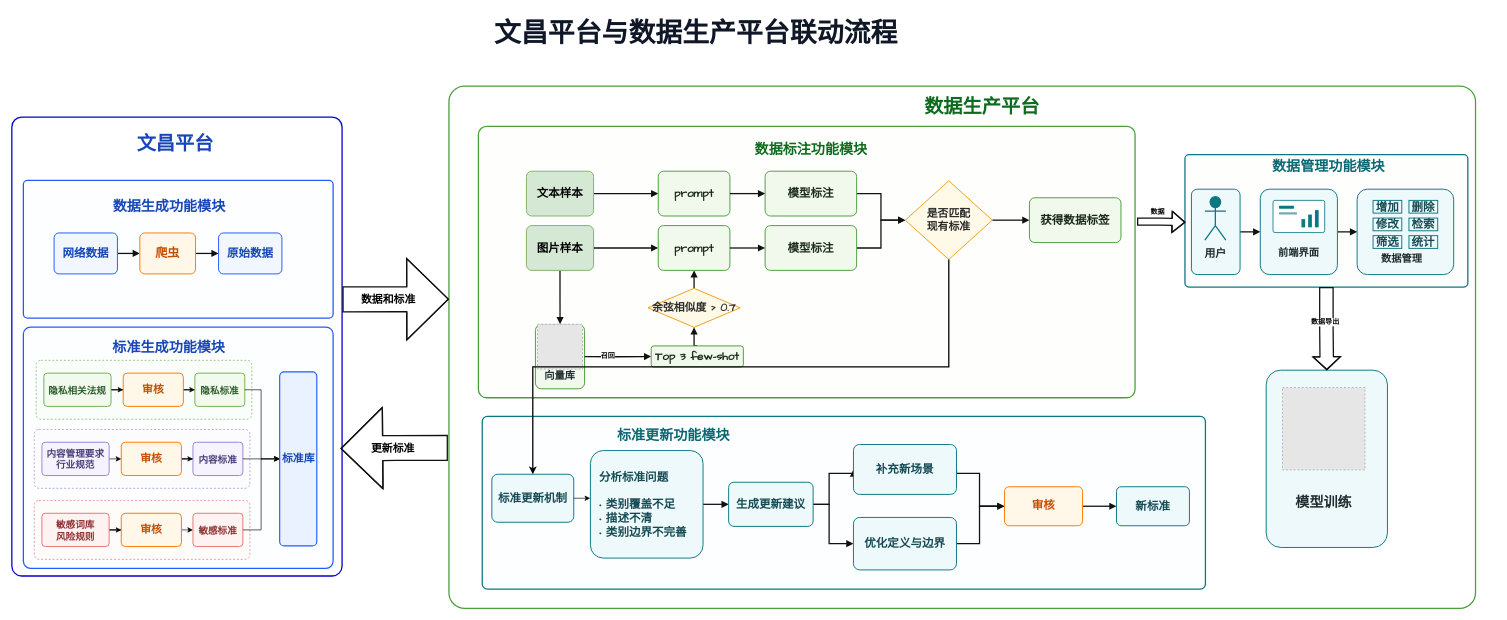
This is 文昌平台与数据生产平台联动流程.drawio from linslime/DrawIO, a draw.io file, before an edit. Source tidied: cells renumbered, new cells numbered last; positions are measured from the earlier drawing's top-left corner, leaving out a move shared by most shapes. Both pictures are drawn from the tidied source at 64%, with x=0, y=0 at pixel (12, 11). Pictures stored in the file or linked from it are replaced by grey dashed boxes.
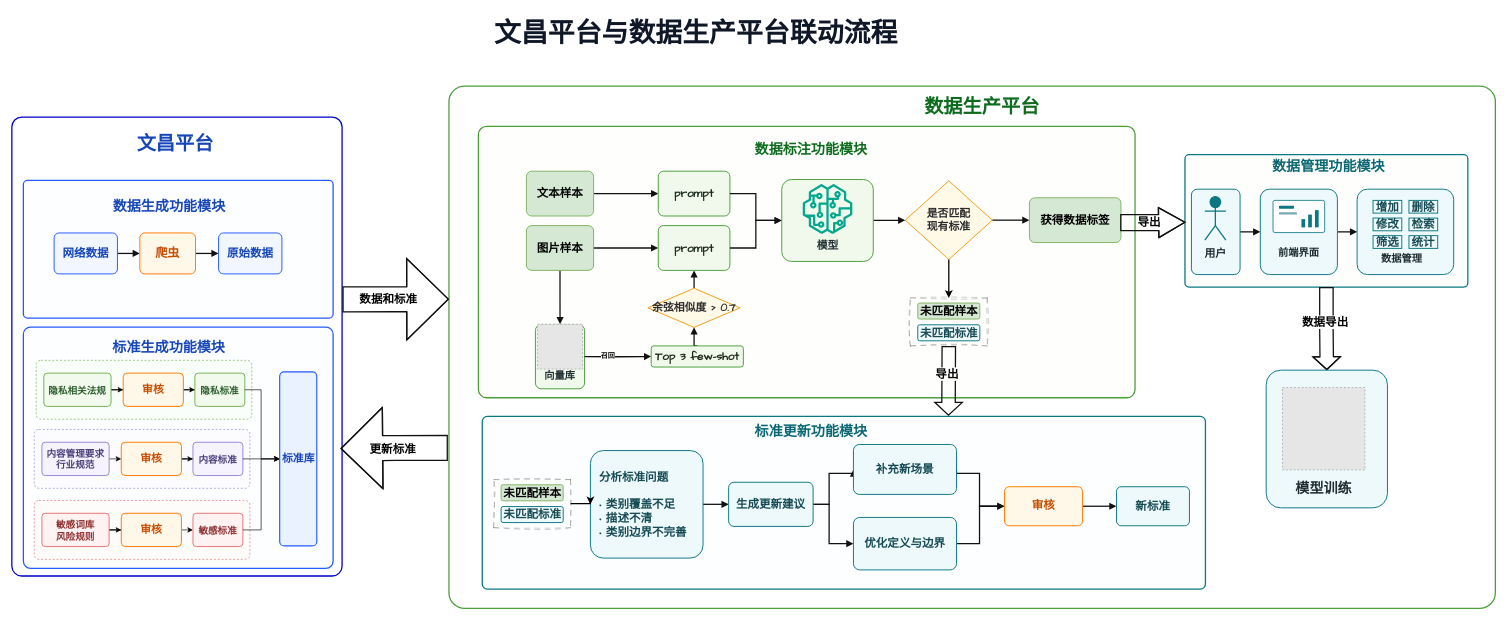
The same diagram, later.

Commit message (it also covers changes not shown here):
更新文昌平台与数据生产平台联动流程.drawio

The change refers to these unchanged cells:
```xml
<mxCell id="7" style="group;" parent="1" vertex="1">
  <mxGeometry x="735" y="633" width="1130" height="270" as="geometry" />
</mxCell>
<mxCell id="17" value="&lt;font style=&quot;font-size: 18px;&quot;&gt;分析标准问题&lt;/font&gt;&lt;div&gt;&lt;font style=&quot;font-size: 18px;&quot;&gt;&lt;br&gt;&lt;/font&gt;&lt;div&gt;&lt;font style=&quot;font-size: 18px;&quot;&gt;• 类别覆盖不足&lt;/font&gt;&lt;/div&gt;&lt;div&gt;&lt;font style=&quot;font-size: 18px;&quot;&gt;• 描述不清&lt;/font&gt;&lt;/div&gt;&lt;div&gt;&lt;font style=&quot;font-size: 18px;&quot;&gt;• 类别边界不完善&lt;/font&gt;&lt;/div&gt;&lt;/div&gt;" style="rounded=1;arcSize=12;whiteSpace=wrap;html=1;align=center;verticalAlign=middle;strokeWidth=1.5;shadow=0;fontFamily=Comic Sans MS;fontSize=16;fontColor=#164B54;strokeColor=#0B7783;fillColor=#EEF9FB;align=left;spacingLeft=12;fontStyle=1;" parent="7" vertex="1">
  <mxGeometry x="169" y="53.5" width="176" height="168" as="geometry" />
</mxCell>
<mxCell id="24" style="group;" parent="1" vertex="1">
  <mxGeometry x="729" y="180" width="1026" height="424" as="geometry" />
</mxCell>
<mxCell id="25" style="rounded=1;arcSize=3;whiteSpace=wrap;html=1;fillColor=none;strokeWidth=2;strokeColor=#4B9E3A;fillColor=#FBFFF9;fillOpacity=30;fontFamily=Comic Sans MS;fontStyle=1;" parent="24" vertex="1">
  <mxGeometry width="1026" height="424" as="geometry" />
</mxCell>
<mxCell id="38" value="prompt" style="rounded=1;arcSize=12;whiteSpace=wrap;html=1;align=center;verticalAlign=middle;strokeWidth=1.5;shadow=0;fontFamily=Comic Sans MS;fontSize=18;fontColor=#1B2A1B;strokeColor=#4B9E3A;fillColor=#F1F9EC;fontStyle=1;" parent="24" vertex="1">
  <mxGeometry x="281" y="155" width="112" height="70" as="geometry" />
</mxCell>
<mxCell id="46" value="prompt" style="rounded=1;arcSize=12;whiteSpace=wrap;html=1;align=center;verticalAlign=middle;strokeWidth=1.5;shadow=0;fontFamily=Comic Sans MS;fontSize=18;fontColor=#1B2A1B;strokeColor=#4B9E3A;fillColor=#F1F9EC;fontStyle=1;" parent="24" vertex="1">
  <mxGeometry x="281" y="70" width="112" height="70" as="geometry" />
</mxCell>
<mxCell id="51" value="是否匹配&lt;div&gt;现有标准&lt;/div&gt;" style="rhombus;whiteSpace=wrap;html=1;align=center;verticalAlign=middle;strokeWidth=1.5;fontFamily=Comic Sans MS;fontSize=17;fontColor=#2B2B2B;strokeColor=#F39C12;fillColor=#FFF9E8;fontStyle=1;" parent="24" vertex="1">
  <mxGeometry x="667" y="85" width="136" height="123" as="geometry" />
</mxCell>
<mxCell id="54" style="rounded=1;arcSize=3;whiteSpace=wrap;html=1;fillColor=#F7FCFD;strokeWidth=2;strokeColor=#0B7783;fillColor=#FBFFF9;fillOpacity=30;align=center;verticalAlign=middle;fontFamily=Comic Sans MS;fontSize=12;fontColor=default;fontStyle=1;" parent="53" vertex="1">
  <mxGeometry y="3.2" width="442" height="206.8" as="geometry" />
</mxCell>
<mxCell id="116" style="shape=flexArrow;endArrow=classic;html=1;rounded=0;strokeColor=#111111;strokeWidth=2;align=center;verticalAlign=middle;fontFamily=Comic Sans MS;fontSize=11;fontColor=default;fontStyle=1;labelBackgroundColor=default;edgeStyle=orthogonalEdgeStyle;exitX=1.001;exitY=0.397;exitDx=0;exitDy=0;exitPerimeter=0;entryX=0;entryY=0.408;entryDx=0;entryDy=0;entryPerimeter=0;width=38;endSize=21;endWidth=86;" parent="1" edge="1" source="82" target="3">
  <mxGeometry relative="1" as="geometry" />
</mxCell>
<mxCell id="118" style="shape=flexArrow;endArrow=classic;html=1;rounded=0;strokeColor=#111111;strokeWidth=2;align=center;verticalAlign=middle;fontFamily=Comic Sans MS;fontSize=11;fontColor=default;fontStyle=1;labelBackgroundColor=default;edgeStyle=orthogonalEdgeStyle;exitX=-0.001;exitY=0.693;exitDx=0;exitDy=0;exitPerimeter=0;entryX=0.995;entryY=0.722;entryDx=0;entryDy=0;entryPerimeter=0;width=38;endSize=21;endWidth=86;" parent="1" edge="1" source="3" target="82">
  <mxGeometry relative="1" as="geometry" />
</mxCell>
```

What changed in the source:
```diff
@@
     <mxCell id="3" style="rounded=1;arcSize=3;whiteSpace=wrap;html=1;fillColor=none;strokeWidth=2;strokeColor=#4B9E3A;fillColor=#FFFFFF;fillOpacity=0;fontFamily=Comic Sans MS;fontStyle=1;" parent="1" vertex="1">
-      <mxGeometry x="683" y="117" width="1604" height="816" as="geometry" />
+      <mxGeometry x="683" y="117" width="1635" height="816" as="geometry" />
     </mxCell>
@@
     <mxCell id="9" value="标准更新功能模块" style="text;html=1;align=center;verticalAlign=middle;whiteSpace=wrap;rounded=0;strokeColor=none;fillColor=none;fontFamily=Comic Sans MS;fontSize=22;fontStyle=1;fontColor=#0B6873;" parent="7" vertex="1">
-      <mxGeometry x="109" y="10" width="380" height="42" as="geometry" />
+      <mxGeometry x="324" y="5" width="380" height="42" as="geometry" />
     </mxCell>
@@
-    <mxCell id="16" value="标准更新机制" style="rounded=1;arcSize=12;whiteSpace=wrap;html=1;align=center;verticalAlign=middle;strokeWidth=1.5;shadow=0;fontFamily=Comic Sans MS;fontSize=18;fontColor=#164B54;strokeColor=#0B7783;fillColor=#EEF9FB;fontStyle=1;" parent="7" vertex="1">
-      <mxGeometry x="15" y="90.5" width="128" height="75" as="geometry" />
-    </mxCell>
@@
-    <mxCell id="23" style="edgeStyle=orthogonalEdgeStyle;rounded=0;jettySize=auto;html=1;exitX=1;exitY=0.5;exitDx=0;exitDy=0;entryX=-0.002;entryY=0.445;entryDx=0;entryDy=0;entryPerimeter=0;fontFamily=Comic Sans MS;fontStyle=1;" parent="7" edge="1" source="16" target="17">
-      <mxGeometry relative="1" as="geometry" />
-    </mxCell>
@@
-    <mxCell id="39" style="edgeStyle=orthogonalEdgeStyle;shape=connector;rounded=0;jettySize=auto;html=1;exitX=1;exitY=0.5;exitDx=0;exitDy=0;entryX=0;entryY=0.5;entryDx=0;entryDy=0;strokeColor=#111111;strokeWidth=2;align=center;verticalAlign=middle;fontFamily=Comic Sans MS;fontSize=11;fontColor=default;fontStyle=1;labelBackgroundColor=default;endArrow=block;endFill=1;" parent="24" edge="1" source="40" target="51">
-      <mxGeometry relative="1" as="geometry" />
-    </mxCell>
-    <mxCell id="40" value="模型标注" style="rounded=1;arcSize=12;whiteSpace=wrap;html=1;align=center;verticalAlign=middle;strokeWidth=1.5;shadow=0;fontFamily=Comic Sans MS;fontSize=18;fontColor=#1B2A1B;strokeColor=#4B9E3A;fillColor=#F1F9EC;fontStyle=1;" parent="24" vertex="1">
-      <mxGeometry x="448" y="155" width="143" height="70" as="geometry" />
-    </mxCell>
-    <mxCell id="41" style="rounded=0;jettySize=auto;html=1;endArrow=block;endFill=1;strokeColor=#111111;strokeWidth=2;exitX=1;exitY=0.5;entryX=0;entryY=0.5;fontFamily=Comic Sans MS;fontStyle=1;align=center;verticalAlign=middle;fontSize=11;fontColor=default;labelBackgroundColor=default;edgeStyle=orthogonalEdgeStyle;" parent="24" edge="1" source="38" target="40">
-      <mxGeometry relative="1" as="geometry" />
-    </mxCell>
@@
-    <mxCell id="47" style="edgeStyle=orthogonalEdgeStyle;shape=connector;rounded=0;jettySize=auto;html=1;exitX=1;exitY=0.5;exitDx=0;exitDy=0;entryX=0;entryY=0.5;entryDx=0;entryDy=0;strokeColor=#111111;strokeWidth=2;align=center;verticalAlign=middle;fontFamily=Comic Sans MS;fontSize=11;fontColor=default;fontStyle=1;labelBackgroundColor=default;endArrow=block;endFill=1;" parent="24" edge="1" source="48" target="51">
-      <mxGeometry relative="1" as="geometry" />
-    </mxCell>
-    <mxCell id="48" value="模型标注" style="rounded=1;arcSize=12;whiteSpace=wrap;html=1;align=center;verticalAlign=middle;strokeWidth=1.5;shadow=0;fontFamily=Comic Sans MS;fontSize=18;fontColor=#1B2A1B;strokeColor=#4B9E3A;fillColor=#F1F9EC;fontStyle=1;" parent="24" vertex="1">
-      <mxGeometry x="448" y="70" width="143" height="70" as="geometry" />
-    </mxCell>
-    <mxCell id="49" style="rounded=0;jettySize=auto;html=1;endArrow=block;endFill=1;strokeColor=#111111;strokeWidth=2;exitX=1;exitY=0.5;entryX=0;entryY=0.5;fontFamily=Comic Sans MS;fontStyle=1;align=center;verticalAlign=middle;fontSize=11;fontColor=default;labelBackgroundColor=default;edgeStyle=orthogonalEdgeStyle;" parent="24" edge="1" source="46" target="48">
-      <mxGeometry relative="1" as="geometry" />
-    </mxCell>
@@
-    <mxCell id="52" value="获得数据标签" style="rounded=1;arcSize=12;whiteSpace=wrap;html=1;align=center;verticalAlign=middle;strokeWidth=1.5;shadow=0;fontFamily=Comic Sans MS;fontSize=18;fontColor=#1B2A1B;strokeColor=#4B9E3A;fillColor=#F1F9EC;fontStyle=1;" parent="24" vertex="1">
+    <mxCell id="52" value="获得数据标签" style="rounded=1;arcSize=12;whiteSpace=wrap;html=1;align=center;verticalAlign=middle;strokeWidth=1.5;shadow=0;fontFamily=Comic Sans MS;fontSize=18;fontColor=default;strokeColor=#82b366;fillColor=#d5e8d4;fontStyle=1;" parent="24" vertex="1">
       <mxGeometry x="861" y="111.5" width="143" height="70" as="geometry" />
     </mxCell>
+    <mxCell id="127" style="edgeStyle=orthogonalEdgeStyle;shape=connector;rounded=0;jettySize=auto;html=1;exitX=0.5;exitY=1;exitDx=0;exitDy=0;strokeColor=default;strokeWidth=2;align=center;verticalAlign=middle;fontFamily=Helvetica;fontSize=11;fontColor=default;labelBackgroundColor=default;endArrow=classic;endFill=1;entryX=0.5;entryY=0;entryDx=0;entryDy=0;" parent="24" edge="1" source="51" target="129">
+      <mxGeometry relative="1" as="geometry" />
+    </mxCell>
+    <mxCell id="128" style="group;" parent="24" vertex="1">
+      <mxGeometry x="675" y="268" width="120" height="75" as="geometry" />
+    </mxCell>
+    <mxCell id="129" style="rounded=0;whiteSpace=wrap;html=1;sketch=1;hachureGap=4;jiggle=2;curveFitting=1;fontFamily=Architects Daughter;dashed=1;dashPattern=8 8;opacity=30;" parent="128" vertex="1">
+      <mxGeometry width="120" height="75" as="geometry" />
+    </mxCell>
+    <mxCell id="130" value="未匹配样本" style="rounded=1;arcSize=12;whiteSpace=wrap;html=1;align=center;verticalAlign=middle;strokeWidth=1.5;shadow=0;fontFamily=Comic Sans MS;fontSize=18;strokeColor=#82b366;fillColor=#d5e8d4;fontStyle=1;" parent="128" vertex="1">
+      <mxGeometry x="11.5" y="8" width="97" height="25" as="geometry" />
+    </mxCell>
+    <mxCell id="131" value="未匹配标准" style="rounded=1;arcSize=12;whiteSpace=wrap;html=1;align=center;verticalAlign=middle;strokeWidth=1.5;shadow=0;fontFamily=Comic Sans MS;fontSize=18;strokeColor=#0B7783;fillColor=#EEF9FB;fontStyle=1;fontColor=#164B54;" parent="128" vertex="1">
+      <mxGeometry x="11.5" y="42" width="97" height="25" as="geometry" />
+    </mxCell>
@@
-    <mxCell id="79" style="shape=flexArrow;endArrow=classic;html=1;rounded=0;strokeColor=#111111;strokeWidth=2;align=center;verticalAlign=middle;fontFamily=Comic Sans MS;fontSize=11;fontColor=default;fontStyle=1;labelBackgroundColor=default;edgeStyle=orthogonalEdgeStyle;exitX=1.003;exitY=0.351;exitDx=0;exitDy=0;exitPerimeter=0;entryX=0.002;entryY=0.51;entryDx=0;entryDy=0;entryPerimeter=0;" parent="1" edge="1" source="25" target="54">
+    <mxCell id="79" style="shape=flexArrow;endArrow=classic;html=1;rounded=0;strokeColor=#111111;strokeWidth=2;align=center;verticalAlign=middle;fontFamily=Comic Sans MS;fontSize=11;fontColor=default;fontStyle=1;labelBackgroundColor=default;edgeStyle=orthogonalEdgeStyle;exitX=0.991;exitY=0.557;exitDx=0;exitDy=0;entryX=0.002;entryY=0.51;entryDx=0;entryDy=0;entryPerimeter=0;exitPerimeter=0;width=24;endSize=13;" parent="1" edge="1" source="52" target="54">
       <mxGeometry relative="1" as="geometry" />
     </mxCell>
-    <mxCell id="80" value="数据" style="edgeLabel;html=1;align=center;verticalAlign=middle;fontFamily=Comic Sans MS;fontSize=11;fontColor=default;fontStyle=1;labelBackgroundColor=default;" parent="79" vertex="1">
+    <mxCell id="80" value="导出" style="edgeLabel;html=1;align=center;verticalAlign=middle;fontFamily=Comic Sans MS;fontSize=18;fontColor=default;fontStyle=1;labelBackgroundColor=none;" parent="79" vertex="1">
       <mxGeometry x="0.42" y="-3" relative="1" as="geometry">
-        <mxPoint x="-22" y="-20" as="offset" />
+        <mxPoint x="-27" y="-3" as="offset" />
       </mxGeometry>
     </mxCell>
@@
-    <mxCell id="117" value="&lt;font style=&quot;font-size: 17px;&quot;&gt;数据和标准&lt;/font&gt;" style="edgeLabel;html=1;align=center;verticalAlign=middle;fontFamily=Comic Sans MS;fontSize=11;fontColor=default;fontStyle=1;labelBackgroundColor=default;" parent="116" vertex="1">
+    <mxCell id="117" value="&lt;font&gt;数据和标准&lt;/font&gt;" style="edgeLabel;html=1;align=center;verticalAlign=middle;fontFamily=Comic Sans MS;fontSize=18;fontColor=default;fontStyle=1;labelBackgroundColor=default;" parent="116" vertex="1">
       <mxGeometry x="-0.19" y="4" relative="1" as="geometry">
         <mxPoint x="3" y="4" as="offset" />
       </mxGeometry>
     </mxCell>
@@
-    <mxCell id="119" value="更新标准" style="edgeLabel;html=1;align=center;verticalAlign=middle;fontFamily=Comic Sans MS;fontSize=17;fontColor=default;fontStyle=1;labelBackgroundColor=default;" parent="118" vertex="1">
+    <mxCell id="119" value="&lt;font style=&quot;font-size: 18px;&quot;&gt;更新标准&lt;/font&gt;" style="edgeLabel;html=1;align=center;verticalAlign=middle;fontFamily=Comic Sans MS;fontSize=17;fontColor=default;fontStyle=1;labelBackgroundColor=default;" parent="118" vertex="1">
       <mxGeometry x="0.04" y="1" relative="1" as="geometry" />
     </mxCell>
-    <mxCell id="120" style="group;" parent="1" vertex="1">
-      <mxGeometry x="1955" y="556" width="194.4" height="277" as="geometry" />
-    </mxCell>
+    <mxCell id="124" style="shape=flexArrow;endArrow=classic;html=1;rounded=0;strokeColor=#111111;strokeWidth=2;align=center;verticalAlign=middle;fontFamily=Comic Sans MS;fontSize=11;fontColor=default;fontStyle=1;labelBackgroundColor=default;edgeStyle=orthogonalEdgeStyle;exitX=0.5;exitY=1;exitDx=0;exitDy=0;entryX=0.5;entryY=0;entryDx=0;entryDy=0;width=20;" parent="1" edge="1" source="54" target="121">
+      <mxGeometry relative="1" as="geometry" />
+    </mxCell>
+    <mxCell id="125" value="&lt;font style=&quot;font-size: 18px;&quot;&gt;数据导出&lt;/font&gt;" style="edgeLabel;html=1;align=center;verticalAlign=middle;fontFamily=Comic Sans MS;fontSize=11;fontColor=default;fontStyle=1;labelBackgroundColor=default;" parent="124" vertex="1">
+      <mxGeometry x="-0.17" y="-3" relative="1" as="geometry" />
+    </mxCell>
+    <mxCell id="132" style="shape=flexArrow;endArrow=classic;html=1;rounded=0;strokeColor=#111111;strokeWidth=2;align=center;verticalAlign=middle;fontFamily=Comic Sans MS;fontSize=11;fontColor=default;fontStyle=1;labelBackgroundColor=default;edgeStyle=orthogonalEdgeStyle;exitX=0.5;exitY=1;exitDx=0;exitDy=0;width=20;" parent="1" edge="1" source="129">
+      <mxGeometry relative="1" as="geometry">
+        <mxPoint x="1463.5" y="632.2" as="targetPoint" />
+      </mxGeometry>
+    </mxCell>
+    <mxCell id="133" value="&lt;font style=&quot;font-size: 18px;&quot;&gt;导出&lt;/font&gt;" style="edgeLabel;html=1;align=center;verticalAlign=middle;fontFamily=Comic Sans MS;fontSize=11;fontColor=default;fontStyle=1;labelBackgroundColor=default;" parent="132" vertex="1">
+      <mxGeometry x="-0.17" y="-3" relative="1" as="geometry">
+        <mxPoint y="-1" as="offset" />
+      </mxGeometry>
+    </mxCell>
+    <mxCell id="134" style="group;" parent="1" vertex="1">
+      <mxGeometry x="753" y="732" width="120" height="75" as="geometry" />
+    </mxCell>
+    <mxCell id="135" style="rounded=0;whiteSpace=wrap;html=1;sketch=1;hachureGap=4;jiggle=2;curveFitting=1;fontFamily=Architects Daughter;dashed=1;dashPattern=8 8;opacity=30;" parent="134" vertex="1">
+      <mxGeometry width="120" height="75" as="geometry" />
+    </mxCell>
+    <mxCell id="136" value="未匹配样本" style="rounded=1;arcSize=12;whiteSpace=wrap;html=1;align=center;verticalAlign=middle;strokeWidth=1.5;shadow=0;fontFamily=Comic Sans MS;fontSize=18;strokeColor=#82b366;fillColor=#d5e8d4;fontStyle=1;" parent="134" vertex="1">
+      <mxGeometry x="11.5" y="8" width="97" height="25" as="geometry" />
+    </mxCell>
+    <mxCell id="137" value="未匹配标准" style="rounded=1;arcSize=12;whiteSpace=wrap;html=1;align=center;verticalAlign=middle;strokeWidth=1.5;shadow=0;fontFamily=Comic Sans MS;fontSize=18;strokeColor=#0B7783;fillColor=#EEF9FB;fontStyle=1;fontColor=#164B54;" parent="134" vertex="1">
+      <mxGeometry x="11.5" y="42" width="97" height="25" as="geometry" />
+    </mxCell>
+    <mxCell id="138" style="edgeStyle=orthogonalEdgeStyle;shape=connector;rounded=0;jettySize=auto;html=1;exitX=1;exitY=0.5;exitDx=0;exitDy=0;entryX=0;entryY=0.5;entryDx=0;entryDy=0;strokeColor=default;strokeWidth=2;align=center;verticalAlign=middle;fontFamily=Helvetica;fontSize=11;fontColor=default;labelBackgroundColor=default;endArrow=classic;endFill=1;" parent="1" edge="1" source="135" target="17">
+      <mxGeometry relative="1" as="geometry" />
+    </mxCell>
+    <mxCell id="49" style="rounded=0;jettySize=auto;html=1;endArrow=block;endFill=1;strokeColor=#111111;strokeWidth=2;exitX=1;exitY=0.5;entryX=0;entryY=0.5;fontFamily=Comic Sans MS;fontStyle=1;align=center;verticalAlign=middle;fontSize=11;fontColor=default;labelBackgroundColor=default;edgeStyle=orthogonalEdgeStyle;" parent="1" edge="1" source="46" target="48">
+      <mxGeometry relative="1" as="geometry" />
+    </mxCell>
+    <mxCell id="47" style="edgeStyle=orthogonalEdgeStyle;shape=connector;rounded=0;jettySize=auto;html=1;exitX=1;exitY=0.5;exitDx=0;exitDy=0;entryX=0;entryY=0.5;entryDx=0;entryDy=0;strokeColor=#111111;strokeWidth=2;align=center;verticalAlign=middle;fontFamily=Comic Sans MS;fontSize=11;fontColor=default;fontStyle=1;labelBackgroundColor=default;endArrow=block;endFill=1;" parent="1" edge="1" source="48" target="51">
+      <mxGeometry relative="1" as="geometry" />
+    </mxCell>
+    <mxCell id="139" style="group;" parent="1" vertex="1">
+      <mxGeometry x="1203" y="263" width="143" height="128" as="geometry" />
+    </mxCell>
+    <mxCell id="48" style="rounded=1;arcSize=12;whiteSpace=wrap;html=1;align=center;verticalAlign=middle;strokeWidth=1.5;shadow=0;fontFamily=Comic Sans MS;fontSize=18;fontColor=#1B2A1B;strokeColor=#4B9E3A;fillColor=#F1F9EC;fontStyle=1;" parent="139" vertex="1">
+      <mxGeometry width="143" height="128" as="geometry" />
+    </mxCell>
+    <mxCell id="140" style="sketch=0;fontColor=#232F3E;gradientColor=none;fillColor=#01A88D;strokeColor=none;dashed=0;verticalLabelPosition=bottom;verticalAlign=top;align=center;html=1;fontSize=12;fontStyle=0;shape=mxgraph.aws4.sagemaker_model;hachureGap=4;jiggle=2;curveFitting=1;fontFamily=Architects Daughter;" parent="139" vertex="1">
+      <mxGeometry x="32.5" y="7" width="78" height="78" as="geometry" />
+    </mxCell>
+    <mxCell id="141" value="模型" style="text;html=1;align=center;verticalAlign=middle;whiteSpace=wrap;rounded=0;strokeColor=none;fillColor=none;fontFamily=Comic Sans MS;fontSize=17;fontColor=#1F2D30;fontStyle=1;" parent="139" vertex="1">
+      <mxGeometry x="33.5" y="85" width="76" height="37.4" as="geometry" />
+    </mxCell>
+    <mxCell id="41" style="rounded=0;jettySize=auto;html=1;endArrow=block;endFill=1;strokeColor=#111111;strokeWidth=2;exitX=1;exitY=0.5;entryX=0;entryY=0.5;fontFamily=Comic Sans MS;fontStyle=1;align=center;verticalAlign=middle;fontSize=11;fontColor=default;labelBackgroundColor=default;edgeStyle=orthogonalEdgeStyle;entryDx=0;entryDy=0;" parent="1" edge="1" source="38" target="48">
+      <mxGeometry relative="1" as="geometry" />
+    </mxCell>
+    <mxCell id="142" style="group;" parent="1" vertex="1">
+      <mxGeometry x="1955" y="560.9" width="194.4" height="215.1" as="geometry" />
+    </mxCell>
-    <mxCell id="121" style="rounded=1;arcSize=12;whiteSpace=wrap;html=1;align=center;verticalAlign=middle;strokeWidth=1.5;shadow=0;strokeColor=#0B7783;fillColor=#EEF9FB;fontFamily=Comic Sans MS;fontStyle=1;" parent="120" vertex="1">
-      <mxGeometry x="4.9" y="4.9" width="189.5" height="277" as="geometry" />
+    <mxCell id="121" style="rounded=1;arcSize=12;whiteSpace=wrap;html=1;align=center;verticalAlign=middle;strokeWidth=1.5;shadow=0;strokeColor=#0B7783;fillColor=#EEF9FB;fontFamily=Comic Sans MS;fontStyle=1;" parent="142" vertex="1">
+      <mxGeometry x="4.9" width="189.5" height="215.1" as="geometry" />
     </mxCell>
-    <mxCell id="122" value="&lt;font style=&quot;font-size: 22px;&quot;&gt;模型训练&lt;/font&gt;" style="text;html=1;align=center;verticalAlign=middle;whiteSpace=wrap;rounded=0;strokeColor=none;fillColor=none;fontFamily=Comic Sans MS;fontSize=17;fontColor=#1F2D30;fontStyle=1;" parent="120" vertex="1">
-      <mxGeometry y="173.7" width="189.5" height="77.8" as="geometry" />
+    <mxCell id="122" value="&lt;font style=&quot;font-size: 22px;&quot;&gt;模型训练&lt;/font&gt;" style="text;html=1;align=center;verticalAlign=middle;whiteSpace=wrap;rounded=0;strokeColor=none;fillColor=none;fontFamily=Comic Sans MS;fontSize=17;fontColor=#1F2D30;fontStyle=1;" parent="142" vertex="1">
+      <mxGeometry y="168.9" width="189.5" height="36.3" as="geometry" />
     </mxCell>
-    <mxCell id="123" style="fillColor=#E6E6E6;strokeColor=#999999;dashed=1;verticalLabelPosition=bottom;verticalAlign=middle;align=center;fontFamily=Comic Sans MS;fontSize=12;fontColor=default;fontStyle=1;labelBackgroundColor=#dae8fc;" parent="120" vertex="1">
-      <mxGeometry x="30.4" y="32" width="128.8" height="128.8" as="geometry" />
+    <mxCell id="123" style="fillColor=#E6E6E6;strokeColor=#999999;dashed=1;verticalLabelPosition=bottom;verticalAlign=middle;align=center;fontFamily=Comic Sans MS;fontSize=12;fontColor=default;fontStyle=1;labelBackgroundColor=#dae8fc;" parent="142" vertex="1">
+      <mxGeometry x="30.4" y="27.1" width="128.8" height="128.8" as="geometry" />
     </mxCell>
-    <mxCell id="124" style="shape=flexArrow;endArrow=classic;html=1;rounded=0;strokeColor=#111111;strokeWidth=2;align=center;verticalAlign=middle;fontFamily=Comic Sans MS;fontSize=11;fontColor=default;fontStyle=1;labelBackgroundColor=default;edgeStyle=orthogonalEdgeStyle;exitX=0.5;exitY=1;exitDx=0;exitDy=0;entryX=0.5;entryY=0;entryDx=0;entryDy=0;width=20;" parent="1" edge="1" source="54" target="121">
-      <mxGeometry relative="1" as="geometry" />
-    </mxCell>
-    <mxCell id="125" value="数据导出" style="edgeLabel;html=1;align=center;verticalAlign=middle;fontFamily=Comic Sans MS;fontSize=11;fontColor=default;fontStyle=1;labelBackgroundColor=default;" parent="124" vertex="1">
-      <mxGeometry x="-0.17" y="-3" relative="1" as="geometry" />
-    </mxCell>
-    <mxCell id="126" style="edgeStyle=orthogonalEdgeStyle;shape=connector;rounded=0;jettySize=auto;html=1;exitX=0.5;exitY=1;exitDx=0;exitDy=0;strokeColor=default;strokeWidth=2;align=center;verticalAlign=middle;fontFamily=Helvetica;fontSize=11;fontColor=default;labelBackgroundColor=default;endArrow=classic;endFill=1;" parent="1" edge="1" source="51" target="16">
-      <mxGeometry relative="1" as="geometry" />
-    </mxCell>
```
